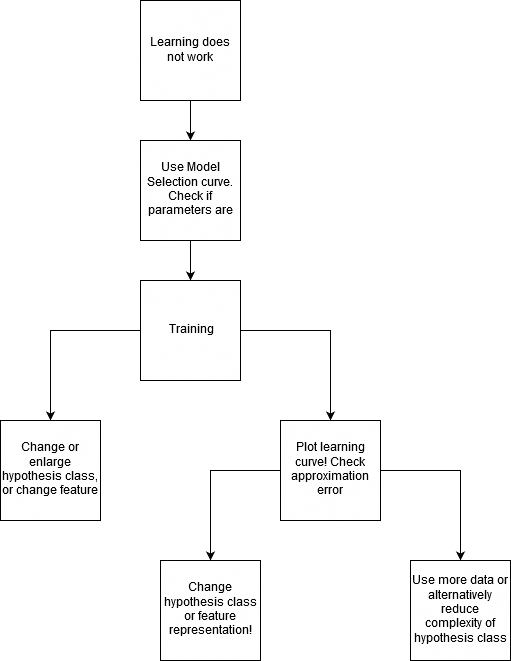
Above: images/flowchart.png in mlai-bonn/SeminarDeepLearning (draw.io), before the change. Source tidied: cells renumbered, new cells last; positions are measured from the earlier drawing's top-left corner, leaving out a move shared by most shapes.
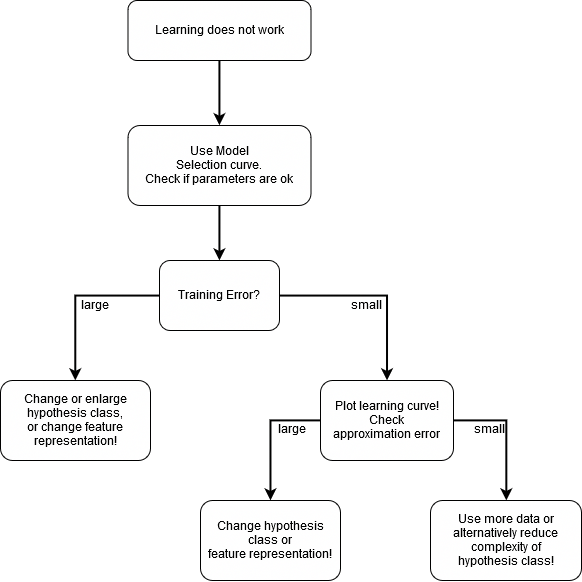
Later version of the same file.

The edit, as a diff of the source:
```diff
@@ -2,44 +2,56 @@
   <root>
     <mxCell id="0" />
     <mxCell id="1" parent="0" />
-    <mxCell id="2" style="edgeStyle=orthogonalEdgeStyle;rounded=0;jettySize=auto;html=1;exitX=0.5;exitY=1;exitDx=0;exitDy=0;entryX=0.5;entryY=0;entryDx=0;entryDy=0;" parent="1" edge="1" source="3" target="5">
+    <mxCell id="2" style="edgeStyle=orthogonalEdgeStyle;rounded=0;jettySize=auto;html=1;entryX=0.5;entryY=0;entryDx=0;entryDy=0;strokeWidth=2;" parent="1" edge="1" source="3" target="5">
       <mxGeometry relative="1" as="geometry" />
     </mxCell>
-    <mxCell id="3" value="Learning does not work" style="whiteSpace=wrap;html=1;" parent="1" vertex="1">
-      <mxGeometry x="140" width="100" height="100" as="geometry" />
+    <mxCell id="3" value="Learning does not work" style="rounded=1;" parent="1" vertex="1">
+      <mxGeometry x="117.5" y="10" width="183" height="60" as="geometry" />
     </mxCell>
-    <mxCell id="4" style="edgeStyle=orthogonalEdgeStyle;rounded=0;jettySize=auto;html=1;exitX=0.5;exitY=1;exitDx=0;exitDy=0;" parent="1" edge="1" source="5" target="8">
-      <mxGeometry relative="1" as="geometry" />
-    </mxCell>
+    <mxCell id="15" style="edgeStyle=orthogonalEdgeStyle;rounded=0;jettySize=auto;html=1;entryX=0.5;entryY=0;entryDx=0;entryDy=0;strokeWidth=2;" parent="1" edge="1" source="5" target="18">
+      <mxGeometry relative="1" as="geometry" />
+    </mxCell>
-    <mxCell id="5" value="Use Model Selection curve. Check if parameters are ok" style="whiteSpace=wrap;html=1;" parent="1" vertex="1">
-      <mxGeometry x="140" y="140" width="100" height="100" as="geometry" />
+    <mxCell id="5" value="Use Model&#10;Selection curve.&#10;Check if parameters are ok" style="rounded=1;" parent="1" vertex="1">
+      <mxGeometry x="117.5" y="135" width="183" height="80" as="geometry" />
     </mxCell>
-    <mxCell id="6" style="edgeStyle=orthogonalEdgeStyle;rounded=0;jettySize=auto;html=1;entryX=0.5;entryY=0;entryDx=0;entryDy=0;" parent="1" edge="1" source="8" target="12">
-      <mxGeometry relative="1" as="geometry" />
-    </mxCell>
-    <mxCell id="7" style="edgeStyle=orthogonalEdgeStyle;rounded=0;jettySize=auto;html=1;entryX=0.5;entryY=0;entryDx=0;entryDy=0;" parent="1" edge="1" source="8" target="9">
-      <mxGeometry relative="1" as="geometry" />
-    </mxCell>
-    <mxCell id="8" value="Training error?" style="whiteSpace=wrap;html=1;" parent="1" vertex="1">
-      <mxGeometry x="140" y="280" width="100" height="100" as="geometry" />
-    </mxCell>
-    <mxCell id="9" value="Change or enlarge hypothesis class, or change feature representation" style="whiteSpace=wrap;html=1;" parent="1" vertex="1">
-      <mxGeometry y="420" width="100" height="100" as="geometry" />
-    </mxCell>
+    <mxCell id="16" style="edgeStyle=orthogonalEdgeStyle;rounded=0;jettySize=auto;exitX=1;exitY=0.5;exitDx=0;exitDy=0;entryX=0.5;entryY=0;entryDx=0;entryDy=0;spacing=2;labelBackgroundColor=#ffffff;strokeWidth=2;" parent="1" edge="1" source="18" target="12">
+      <mxGeometry relative="1" as="geometry" />
+    </mxCell>
+    <mxCell id="17" style="edgeStyle=orthogonalEdgeStyle;rounded=0;jettySize=auto;html=1;exitX=0;exitY=0.5;exitDx=0;exitDy=0;entryX=0.5;entryY=0;entryDx=0;entryDy=0;strokeWidth=2;" parent="1" edge="1" source="18" target="19">
+      <mxGeometry relative="1" as="geometry" />
+    </mxCell>
+    <mxCell id="18" value="Training Error?" style="rounded=1;" parent="1" vertex="1">
+      <mxGeometry x="149" y="270" width="120" height="70" as="geometry" />
+    </mxCell>
+    <mxCell id="19" value="Change or enlarge&#10;hypothesis class,&#10;or change feature&#10;representation!" style="rounded=1;" parent="1" vertex="1">
+      <mxGeometry x="-10" y="390" width="150" height="80" as="geometry" />
+    </mxCell>
-    <mxCell id="10" style="edgeStyle=orthogonalEdgeStyle;rounded=0;jettySize=auto;html=1;entryX=0.5;entryY=0;entryDx=0;entryDy=0;" parent="1" edge="1" source="12" target="13">
+    <mxCell id="10" style="edgeStyle=orthogonalEdgeStyle;rounded=0;jettySize=auto;html=1;exitX=0;exitY=0.5;exitDx=0;exitDy=0;entryX=0.5;entryY=0;entryDx=0;entryDy=0;strokeWidth=2;" parent="1" edge="1" source="12" target="13">
       <mxGeometry relative="1" as="geometry" />
     </mxCell>
-    <mxCell id="11" style="edgeStyle=orthogonalEdgeStyle;rounded=0;jettySize=auto;html=1;entryX=0.5;entryY=0;entryDx=0;entryDy=0;" parent="1" edge="1" source="12" target="14">
-      <mxGeometry relative="1" as="geometry" />
-    </mxCell>
+    <mxCell id="20" style="edgeStyle=orthogonalEdgeStyle;rounded=0;jettySize=auto;html=1;exitX=1;exitY=0.5;exitDx=0;exitDy=0;entryX=0.5;entryY=0;entryDx=0;entryDy=0;strokeWidth=2;" parent="1" edge="1" source="12" target="23">
+      <mxGeometry relative="1" as="geometry" />
+    </mxCell>
-    <mxCell id="12" value="&lt;div&gt;Plot learning curve! Check approximation error&lt;/div&gt;" style="whiteSpace=wrap;html=1;" parent="1" vertex="1">
-      <mxGeometry x="280" y="420" width="100" height="100" as="geometry" />
+    <mxCell id="12" value="Plot learning curve!&#10;Check&#10;approximation error" style="rounded=1;" parent="1" vertex="1">
+      <mxGeometry x="310" y="390" width="133" height="80" as="geometry" />
     </mxCell>
+    <mxCell id="21" value="large" style="text;strokeColor=none;fillColor=none;align=center;verticalAlign=middle;rounded=0;" parent="1" vertex="1">
+      <mxGeometry x="65" y="305" width="40" height="20" as="geometry" />
+    </mxCell>
+    <mxCell id="22" value="small" style="text;strokeColor=none;fillColor=none;align=center;verticalAlign=middle;rounded=0;" parent="1" vertex="1">
+      <mxGeometry x="336.5" y="305" width="40" height="20" as="geometry" />
+    </mxCell>
-    <mxCell id="13" value="&lt;div&gt;Change hypothesis class or feature representation!&lt;/div&gt;" style="whiteSpace=wrap;html=1;" parent="1" vertex="1">
-      <mxGeometry x="160" y="560" width="100" height="100" as="geometry" />
+    <mxCell id="13" value="Change hypothesis&#10;class or&#10;feature representation!" style="rounded=1;" parent="1" vertex="1">
+      <mxGeometry x="190" y="510" width="140" height="80" as="geometry" />
     </mxCell>
-    <mxCell id="14" value="Use more data or alternatively reduce complexity of hypothesis class" style="whiteSpace=wrap;html=1;" parent="1" vertex="1">
-      <mxGeometry x="410" y="560" width="100" height="100" as="geometry" />
-    </mxCell>
+    <mxCell id="23" value="Use more data or&#10;alternatively reduce&#10;complexity of&#10;hypothesis class!" style="rounded=1;" parent="1" vertex="1">
+      <mxGeometry x="420" y="510" width="151" height="80" as="geometry" />
+    </mxCell>
+    <mxCell id="24" value="&lt;div&gt;large&lt;/div&gt;" style="text;html=1;strokeColor=none;fillColor=none;align=center;verticalAlign=middle;whiteSpace=wrap;rounded=0;" parent="1" vertex="1">
+      <mxGeometry x="260.5" y="430" width="40" height="20" as="geometry" />
+    </mxCell>
+    <mxCell id="25" value="small" style="text;html=1;strokeColor=none;fillColor=none;align=center;verticalAlign=middle;whiteSpace=wrap;rounded=0;" parent="1" vertex="1">
+      <mxGeometry x="460" y="430" width="36" height="20" as="geometry" />
+    </mxCell>
   </root>
 </mxGraphModel>
```
